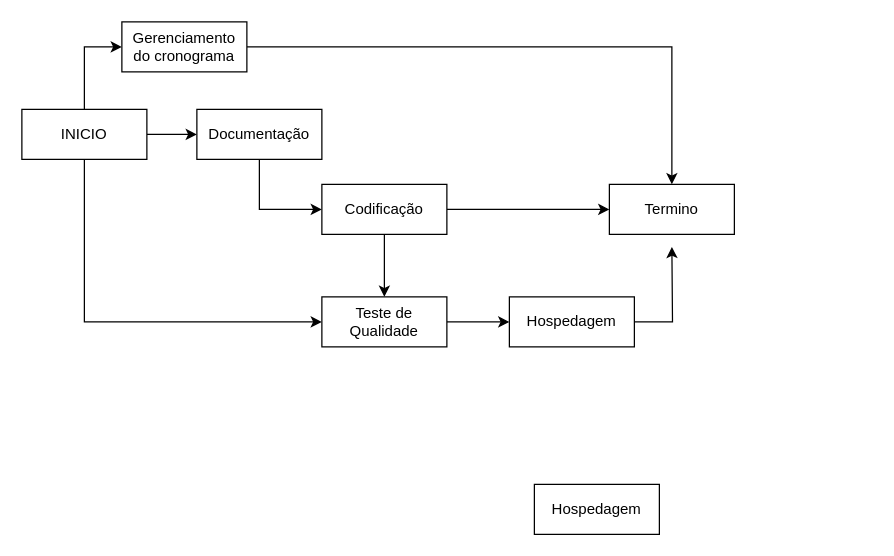
The draw.io diagram page "Page-1" (1 of 2) of Diagrama de Precedencia_DW.drawio in GabrielMaxMaia/Service-PIIV, before the edit. Source tidied: cells renumbered, new cells numbered last; positions are measured from the earlier drawing's top-left corner, leaving out a move shared by most shapes. Both pictures are drawn from the tidied source at 125%, with x=0, y=0 at pixel (21, 21).
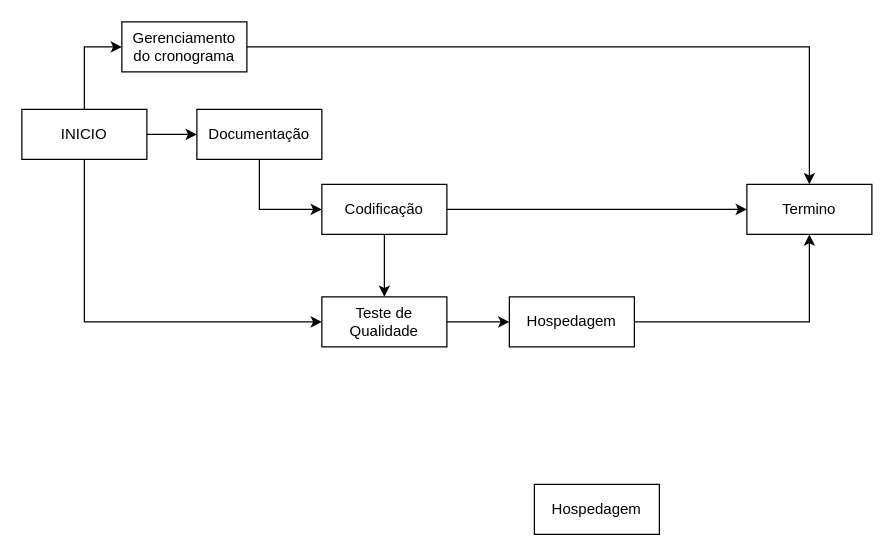
The same page after the edit.

Unchanged cells that the change refers to:
```xml
<mxCell id="16" value="Hospedagem" style="rounded=0;whiteSpace=wrap;html=1;" parent="1" vertex="1">
  <mxGeometry x="390" y="220" width="100" height="40" as="geometry" />
</mxCell>
```

Diff of the diagram source:
```diff
@@
-    <mxCell id="15" style="edgeStyle=orthogonalEdgeStyle;rounded=0;jettySize=auto;html=1;" parent="1" edge="1" source="16">
-      <mxGeometry relative="1" as="geometry">
-        <mxPoint x="520" y="180" as="targetPoint" />
-      </mxGeometry>
+    <mxCell id="15" style="edgeStyle=orthogonalEdgeStyle;rounded=0;jettySize=auto;html=1;entryX=0.5;entryY=1;entryDx=0;entryDy=0;" parent="1" edge="1" source="16" target="17">
+      <mxGeometry relative="1" as="geometry" />
     </mxCell>
@@
     <mxCell id="17" value="Termino" style="rounded=0;whiteSpace=wrap;html=1;" parent="1" vertex="1">
-      <mxGeometry x="470" y="130" width="100" height="40" as="geometry" />
+      <mxGeometry x="580" y="130" width="100" height="40" as="geometry" />
     </mxCell>
```
